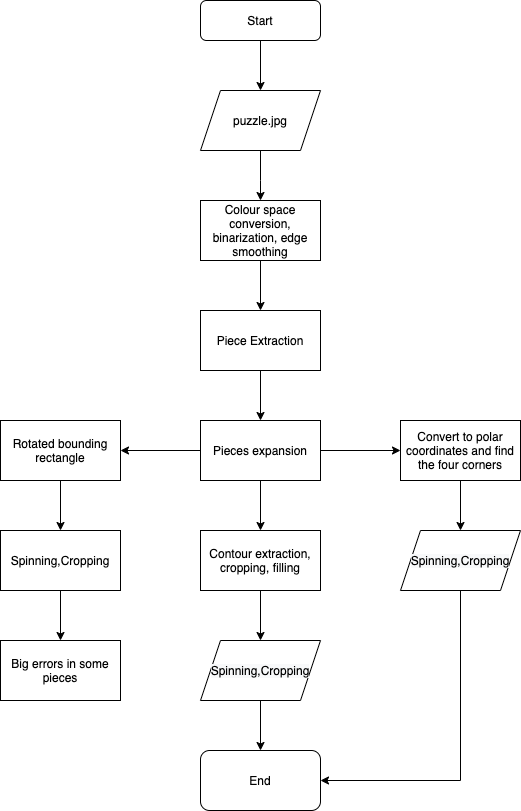
kangzou-s/OpenCV-Jigsaw keeps this draw.io diagram as img_presentation/jigsaw_Diagram.png. Above is the earlier version. Source tidied: cells renumbered, new cells last; positions are measured from the earlier drawing's top-left corner, leaving out a move shared by most shapes. Source of this version:
```xml
<mxGraphModel>
  <root>
    <mxCell id="0" />
    <mxCell id="1" parent="0" />
    <mxCell id="2" value="Start" style="rounded=1;whiteSpace=wrap;html=1;fontSize=12;glass=0;strokeWidth=1;shadow=0;" parent="1" vertex="1">
      <mxGeometry x="200" width="120" height="40" as="geometry" />
    </mxCell>
    <mxCell id="3" style="edgeStyle=orthogonalEdgeStyle;rounded=0;jettySize=auto;html=1;" parent="1" edge="1" source="4">
      <mxGeometry relative="1" as="geometry">
        <mxPoint x="260" y="200" as="targetPoint" />
        <Array as="points">
          <mxPoint x="260" y="180" />
          <mxPoint x="260" y="180" />
        </Array>
      </mxGeometry>
    </mxCell>
    <mxCell id="4" value="puzzle.jpg" style="shape=parallelogram;perimeter=parallelogramPerimeter;whiteSpace=wrap;html=1;fixedSize=1;" parent="1" vertex="1">
      <mxGeometry x="200" y="90" width="120" height="60" as="geometry" />
    </mxCell>
    <mxCell id="5" style="edgeStyle=orthogonalEdgeStyle;rounded=0;jettySize=auto;html=1;" parent="1" edge="1" source="6">
      <mxGeometry relative="1" as="geometry">
        <mxPoint x="260" y="310" as="targetPoint" />
      </mxGeometry>
    </mxCell>
    <mxCell id="6" value="Colour space conversion, binarization, edge smoothing" style="whiteSpace=wrap;html=1;" parent="1" vertex="1">
      <mxGeometry x="200" y="200" width="120" height="60" as="geometry" />
    </mxCell>
    <mxCell id="7" style="endArrow=classic;html=1;exitX=0.5;exitY=1;exitDx=0;exitDy=0;" parent="1" edge="1" source="2" target="4">
      <mxGeometry relative="1" as="geometry" />
    </mxCell>
    <mxCell id="8" style="edgeStyle=orthogonalEdgeStyle;rounded=0;jettySize=auto;html=1;" parent="1" edge="1" source="9" target="13">
      <mxGeometry relative="1" as="geometry" />
    </mxCell>
    <mxCell id="9" value="Piece Extraction" style="whiteSpace=wrap;html=1;" parent="1" vertex="1">
      <mxGeometry x="200" y="310" width="120" height="60" as="geometry" />
    </mxCell>
    <mxCell id="10" style="edgeStyle=orthogonalEdgeStyle;rounded=0;jettySize=auto;html=1;" parent="1" edge="1" source="13" target="15">
      <mxGeometry relative="1" as="geometry" />
    </mxCell>
    <mxCell id="11" style="edgeStyle=orthogonalEdgeStyle;rounded=0;jettySize=auto;html=1;" parent="1" edge="1" source="13" target="17">
      <mxGeometry relative="1" as="geometry" />
    </mxCell>
    <mxCell id="12" style="edgeStyle=orthogonalEdgeStyle;rounded=0;jettySize=auto;html=1;" parent="1" edge="1" source="13" target="22">
      <mxGeometry relative="1" as="geometry" />
    </mxCell>
    <mxCell id="13" value="Pieces expansion" style="whiteSpace=wrap;html=1;" parent="1" vertex="1">
      <mxGeometry x="200" y="420" width="120" height="60" as="geometry" />
    </mxCell>
    <mxCell id="14" style="edgeStyle=orthogonalEdgeStyle;rounded=0;jettySize=auto;html=1;" parent="1" edge="1" source="15">
      <mxGeometry relative="1" as="geometry">
        <mxPoint x="260" y="640" as="targetPoint" />
      </mxGeometry>
    </mxCell>
    <mxCell id="15" value="Contour extraction, cropping, filling" style="whiteSpace=wrap;html=1;" parent="1" vertex="1">
      <mxGeometry x="200" y="530" width="120" height="60" as="geometry" />
    </mxCell>
    <mxCell id="16" style="edgeStyle=orthogonalEdgeStyle;rounded=0;jettySize=auto;html=1;" parent="1" edge="1" source="17" target="19">
      <mxGeometry relative="1" as="geometry" />
    </mxCell>
    <mxCell id="17" value="Rotated bounding rectangle" style="whiteSpace=wrap;html=1;" parent="1" vertex="1">
      <mxGeometry y="420" width="120" height="60" as="geometry" />
    </mxCell>
    <mxCell id="18" style="edgeStyle=orthogonalEdgeStyle;rounded=0;jettySize=auto;html=1;" parent="1" edge="1" source="19" target="20">
      <mxGeometry relative="1" as="geometry" />
    </mxCell>
    <mxCell id="19" value="Spinning,Cropping" style="whiteSpace=wrap;html=1;" parent="1" vertex="1">
      <mxGeometry y="530" width="120" height="60" as="geometry" />
    </mxCell>
    <mxCell id="20" value="Big errors in some pieces" style="whiteSpace=wrap;html=1;" parent="1" vertex="1">
      <mxGeometry y="640" width="120" height="60" as="geometry" />
    </mxCell>
    <mxCell id="21" style="edgeStyle=orthogonalEdgeStyle;rounded=0;jettySize=auto;html=1;" parent="1" edge="1" source="22">
      <mxGeometry relative="1" as="geometry">
        <mxPoint x="460" y="530" as="targetPoint" />
      </mxGeometry>
    </mxCell>
    <mxCell id="22" value="Convert to polar coordinates and find the four corners" style="whiteSpace=wrap;html=1;" parent="1" vertex="1">
      <mxGeometry x="400" y="420" width="120" height="60" as="geometry" />
    </mxCell>
    <mxCell id="23" style="edgeStyle=orthogonalEdgeStyle;rounded=0;jettySize=auto;html=1;" parent="1" edge="1" source="24" target="27">
      <mxGeometry relative="1" as="geometry" />
    </mxCell>
    <mxCell id="24" value="&lt;meta charset=&quot;utf-8&quot;&gt;&lt;span style=&quot;color: rgb(0, 0, 0); font-family: helvetica; font-size: 12px; font-style: normal; font-weight: 400; letter-spacing: normal; text-align: center; text-indent: 0px; text-transform: none; word-spacing: 0px; background-color: rgb(248, 249, 250); display: inline; float: none;&quot;&gt;Spinning,Cropping&lt;/span&gt;" style="shape=parallelogram;perimeter=parallelogramPerimeter;whiteSpace=wrap;html=1;fixedSize=1;" parent="1" vertex="1">
      <mxGeometry x="200" y="640" width="120" height="60" as="geometry" />
    </mxCell>
    <mxCell id="25" style="edgeStyle=orthogonalEdgeStyle;rounded=0;jettySize=auto;html=1;entryX=1;entryY=0.5;entryDx=0;entryDy=0;" parent="1" edge="1" source="26" target="27">
      <mxGeometry relative="1" as="geometry">
        <Array as="points">
          <mxPoint x="460" y="780" />
        </Array>
      </mxGeometry>
    </mxCell>
    <mxCell id="26" value="&lt;meta charset=&quot;utf-8&quot;&gt;&lt;span style=&quot;color: rgb(0, 0, 0); font-family: helvetica; font-size: 12px; font-style: normal; font-weight: 400; letter-spacing: normal; text-align: center; text-indent: 0px; text-transform: none; word-spacing: 0px; background-color: rgb(248, 249, 250); display: inline; float: none;&quot;&gt;Spinning,Cropping&lt;/span&gt;" style="shape=parallelogram;perimeter=parallelogramPerimeter;whiteSpace=wrap;html=1;fixedSize=1;" parent="1" vertex="1">
      <mxGeometry x="400" y="530" width="120" height="60" as="geometry" />
    </mxCell>
    <mxCell id="27" value="End" style="rounded=1;whiteSpace=wrap;html=1;" parent="1" vertex="1">
      <mxGeometry x="200" y="750" width="120" height="60" as="geometry" />
    </mxCell>
  </root>
</mxGraphModel>
```
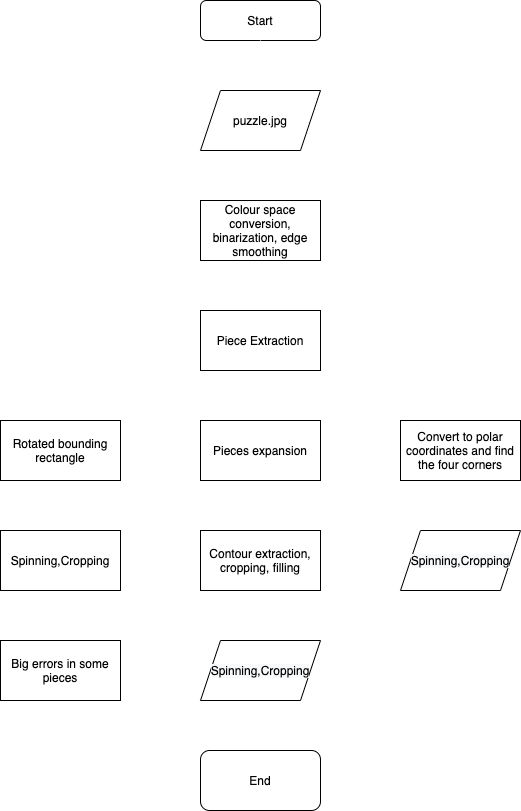
Above is the later version.

What changed in the source:
```diff
@@ -5,7 +5,7 @@
     <mxCell id="2" value="Start" style="rounded=1;whiteSpace=wrap;html=1;fontSize=12;glass=0;strokeWidth=1;shadow=0;" parent="1" vertex="1">
       <mxGeometry x="200" width="120" height="40" as="geometry" />
     </mxCell>
-    <mxCell id="3" style="edgeStyle=orthogonalEdgeStyle;rounded=0;jettySize=auto;html=1;" parent="1" edge="1" source="4">
+    <mxCell id="3" style="edgeStyle=orthogonalEdgeStyle;rounded=0;jettySize=auto;html=1;strokeColor=#FFFFFF;" parent="1" edge="1" source="4">
       <mxGeometry relative="1" as="geometry">
         <mxPoint x="260" y="200" as="targetPoint" />
         <Array as="points">
@@ -17,7 +17,7 @@
     <mxCell id="4" value="puzzle.jpg" style="shape=parallelogram;perimeter=parallelogramPerimeter;whiteSpace=wrap;html=1;fixedSize=1;" parent="1" vertex="1">
       <mxGeometry x="200" y="90" width="120" height="60" as="geometry" />
     </mxCell>
-    <mxCell id="5" style="edgeStyle=orthogonalEdgeStyle;rounded=0;jettySize=auto;html=1;" parent="1" edge="1" source="6">
+    <mxCell id="5" style="edgeStyle=orthogonalEdgeStyle;rounded=0;jettySize=auto;html=1;strokeColor=#FFFFFF;" parent="1" edge="1" source="6">
       <mxGeometry relative="1" as="geometry">
         <mxPoint x="260" y="310" as="targetPoint" />
       </mxGeometry>
@@ -25,28 +25,28 @@
     <mxCell id="6" value="Colour space conversion, binarization, edge smoothing" style="whiteSpace=wrap;html=1;" parent="1" vertex="1">
       <mxGeometry x="200" y="200" width="120" height="60" as="geometry" />
     </mxCell>
-    <mxCell id="7" style="endArrow=classic;html=1;exitX=0.5;exitY=1;exitDx=0;exitDy=0;" parent="1" edge="1" source="2" target="4">
+    <mxCell id="7" style="endArrow=classic;html=1;exitX=0.5;exitY=1;exitDx=0;exitDy=0;strokeColor=#FFFFFF;" parent="1" edge="1" source="2" target="4">
       <mxGeometry relative="1" as="geometry" />
     </mxCell>
-    <mxCell id="8" style="edgeStyle=orthogonalEdgeStyle;rounded=0;jettySize=auto;html=1;" parent="1" edge="1" source="9" target="13">
+    <mxCell id="8" style="edgeStyle=orthogonalEdgeStyle;rounded=0;jettySize=auto;html=1;strokeColor=#FFFFFF;" parent="1" edge="1" source="9" target="13">
       <mxGeometry relative="1" as="geometry" />
     </mxCell>
     <mxCell id="9" value="Piece Extraction" style="whiteSpace=wrap;html=1;" parent="1" vertex="1">
       <mxGeometry x="200" y="310" width="120" height="60" as="geometry" />
     </mxCell>
-    <mxCell id="10" style="edgeStyle=orthogonalEdgeStyle;rounded=0;jettySize=auto;html=1;" parent="1" edge="1" source="13" target="15">
+    <mxCell id="10" style="edgeStyle=orthogonalEdgeStyle;rounded=0;jettySize=auto;html=1;strokeColor=#FFFFFF;" parent="1" edge="1" source="13" target="15">
       <mxGeometry relative="1" as="geometry" />
     </mxCell>
-    <mxCell id="11" style="edgeStyle=orthogonalEdgeStyle;rounded=0;jettySize=auto;html=1;" parent="1" edge="1" source="13" target="17">
+    <mxCell id="11" style="edgeStyle=orthogonalEdgeStyle;rounded=0;jettySize=auto;html=1;strokeColor=#FFFFFF;" parent="1" edge="1" source="13" target="17">
       <mxGeometry relative="1" as="geometry" />
     </mxCell>
-    <mxCell id="12" style="edgeStyle=orthogonalEdgeStyle;rounded=0;jettySize=auto;html=1;" parent="1" edge="1" source="13" target="22">
+    <mxCell id="12" style="edgeStyle=orthogonalEdgeStyle;rounded=0;jettySize=auto;html=1;strokeColor=#FFFFFF;" parent="1" edge="1" source="13" target="22">
       <mxGeometry relative="1" as="geometry" />
     </mxCell>
     <mxCell id="13" value="Pieces expansion" style="whiteSpace=wrap;html=1;" parent="1" vertex="1">
       <mxGeometry x="200" y="420" width="120" height="60" as="geometry" />
     </mxCell>
-    <mxCell id="14" style="edgeStyle=orthogonalEdgeStyle;rounded=0;jettySize=auto;html=1;" parent="1" edge="1" source="15">
+    <mxCell id="14" style="edgeStyle=orthogonalEdgeStyle;rounded=0;jettySize=auto;html=1;strokeColor=#FFFFFF;" parent="1" edge="1" source="15">
       <mxGeometry relative="1" as="geometry">
         <mxPoint x="260" y="640" as="targetPoint" />
       </mxGeometry>
@@ -54,13 +54,13 @@
     <mxCell id="15" value="Contour extraction, cropping, filling" style="whiteSpace=wrap;html=1;" parent="1" vertex="1">
       <mxGeometry x="200" y="530" width="120" height="60" as="geometry" />
     </mxCell>
-    <mxCell id="16" style="edgeStyle=orthogonalEdgeStyle;rounded=0;jettySize=auto;html=1;" parent="1" edge="1" source="17" target="19">
+    <mxCell id="16" style="edgeStyle=orthogonalEdgeStyle;rounded=0;jettySize=auto;html=1;strokeColor=#FFFFFF;" parent="1" edge="1" source="17" target="19">
       <mxGeometry relative="1" as="geometry" />
     </mxCell>
     <mxCell id="17" value="Rotated bounding rectangle" style="whiteSpace=wrap;html=1;" parent="1" vertex="1">
       <mxGeometry y="420" width="120" height="60" as="geometry" />
     </mxCell>
-    <mxCell id="18" style="edgeStyle=orthogonalEdgeStyle;rounded=0;jettySize=auto;html=1;" parent="1" edge="1" source="19" target="20">
+    <mxCell id="18" style="edgeStyle=orthogonalEdgeStyle;rounded=0;jettySize=auto;html=1;strokeColor=#FFFFFF;" parent="1" edge="1" source="19" target="20">
       <mxGeometry relative="1" as="geometry" />
     </mxCell>
     <mxCell id="19" value="Spinning,Cropping" style="whiteSpace=wrap;html=1;" parent="1" vertex="1">
@@ -69,7 +69,7 @@
     <mxCell id="20" value="Big errors in some pieces" style="whiteSpace=wrap;html=1;" parent="1" vertex="1">
       <mxGeometry y="640" width="120" height="60" as="geometry" />
     </mxCell>
-    <mxCell id="21" style="edgeStyle=orthogonalEdgeStyle;rounded=0;jettySize=auto;html=1;" parent="1" edge="1" source="22">
+    <mxCell id="21" style="edgeStyle=orthogonalEdgeStyle;rounded=0;jettySize=auto;html=1;strokeColor=#FFFFFF;" parent="1" edge="1" source="22">
       <mxGeometry relative="1" as="geometry">
         <mxPoint x="460" y="530" as="targetPoint" />
       </mxGeometry>
@@ -77,13 +77,13 @@
     <mxCell id="22" value="Convert to polar coordinates and find the four corners" style="whiteSpace=wrap;html=1;" parent="1" vertex="1">
       <mxGeometry x="400" y="420" width="120" height="60" as="geometry" />
     </mxCell>
-    <mxCell id="23" style="edgeStyle=orthogonalEdgeStyle;rounded=0;jettySize=auto;html=1;" parent="1" edge="1" source="24" target="27">
+    <mxCell id="23" style="edgeStyle=orthogonalEdgeStyle;rounded=0;jettySize=auto;html=1;strokeColor=#FFFFFF;" parent="1" edge="1" source="24" target="27">
       <mxGeometry relative="1" as="geometry" />
     </mxCell>
     <mxCell id="24" value="&lt;meta charset=&quot;utf-8&quot;&gt;&lt;span style=&quot;color: rgb(0, 0, 0); font-family: helvetica; font-size: 12px; font-style: normal; font-weight: 400; letter-spacing: normal; text-align: center; text-indent: 0px; text-transform: none; word-spacing: 0px; background-color: rgb(248, 249, 250); display: inline; float: none;&quot;&gt;Spinning,Cropping&lt;/span&gt;" style="shape=parallelogram;perimeter=parallelogramPerimeter;whiteSpace=wrap;html=1;fixedSize=1;" parent="1" vertex="1">
       <mxGeometry x="200" y="640" width="120" height="60" as="geometry" />
     </mxCell>
-    <mxCell id="25" style="edgeStyle=orthogonalEdgeStyle;rounded=0;jettySize=auto;html=1;entryX=1;entryY=0.5;entryDx=0;entryDy=0;" parent="1" edge="1" source="26" target="27">
+    <mxCell id="25" style="edgeStyle=orthogonalEdgeStyle;rounded=0;jettySize=auto;html=1;entryX=1;entryY=0.5;entryDx=0;entryDy=0;strokeColor=#FFFFFF;" parent="1" edge="1" source="26" target="27">
       <mxGeometry relative="1" as="geometry">
         <Array as="points">
           <mxPoint x="460" y="780" />
```
